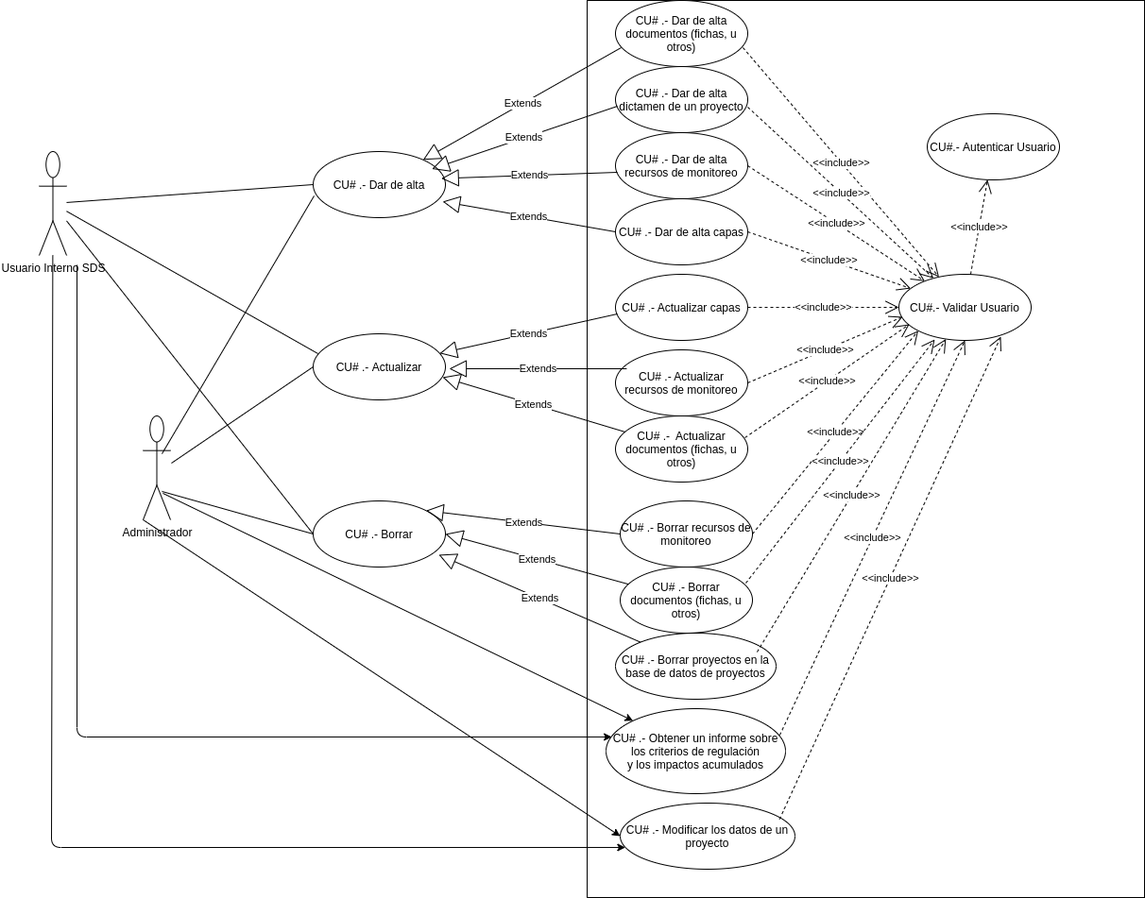
The draw.io diagram files/AdminiInsumos.png in milocortes/fmx_diseno_sistema, before a commit. Source tidied: cells renumbered, new cells last; positions are measured from the earlier drawing's top-left corner, leaving out a move shared by most shapes. Source of this version:
```xml
<mxGraphModel background="#ffffff">
  <root>
    <mxCell id="0" />
    <mxCell id="1" parent="0" />
    <mxCell id="2" value="Usuario Interno SDS" style="shape=umlActor;verticalLabelPosition=bottom;labelBackgroundColor=#ffffff;verticalAlign=top;html=1;" parent="1" vertex="1">
      <mxGeometry y="160" width="29" height="110" as="geometry" />
    </mxCell>
    <mxCell id="3" style="rounded=0;whiteSpace=wrap;html=1;" parent="1" vertex="1">
      <mxGeometry x="580" width="590" height="950" as="geometry" />
    </mxCell>
    <mxCell id="4" value="CU# .-&amp;nbsp;Dar de alta documentos (fichas, u otros)" style="ellipse;whiteSpace=wrap;html=1;" parent="1" vertex="1">
      <mxGeometry x="610" width="140" height="70" as="geometry" />
    </mxCell>
    <mxCell id="5" value="CU#.- Validar Usuario" style="ellipse;whiteSpace=wrap;html=1;" parent="1" vertex="1">
      <mxGeometry x="910" y="290" width="140" height="70" as="geometry" />
    </mxCell>
    <mxCell id="6" value="CU#.- Autenticar Usuario" style="ellipse;whiteSpace=wrap;html=1;" parent="1" vertex="1">
      <mxGeometry x="940" y="120" width="140" height="70" as="geometry" />
    </mxCell>
    <mxCell id="7" value="&amp;lt;&amp;lt;include&amp;gt;&amp;gt;" style="endArrow=open;endSize=12;dashed=1;html=1;" parent="1" edge="1" source="5" target="6">
      <mxGeometry relative="1" as="geometry" />
    </mxCell>
    <mxCell id="8" value="&amp;lt;&amp;lt;include&amp;gt;&amp;gt;" style="endArrow=open;endSize=12;dashed=1;html=1;exitX=0.964;exitY=0.714;exitDx=0;exitDy=0;exitPerimeter=0;" parent="1" edge="1" source="4" target="5">
      <mxGeometry relative="1" as="geometry" />
    </mxCell>
    <mxCell id="9" value="Administrador" style="shape=umlActor;verticalLabelPosition=bottom;labelBackgroundColor=#ffffff;verticalAlign=top;html=1;" parent="1" vertex="1">
      <mxGeometry x="110" y="440" width="29" height="110" as="geometry" />
    </mxCell>
    <mxCell id="10" value="CU# .- Dar de alta" style="ellipse;whiteSpace=wrap;html=1;" parent="1" vertex="1">
      <mxGeometry x="290" y="160" width="140" height="70" as="geometry" />
    </mxCell>
    <mxCell id="11" value="CU# .- Actualizar" style="ellipse;whiteSpace=wrap;html=1;" parent="1" vertex="1">
      <mxGeometry x="290" y="353" width="140" height="70" as="geometry" />
    </mxCell>
    <mxCell id="12" value="CU# .- Borrar" style="ellipse;whiteSpace=wrap;html=1;" parent="1" vertex="1">
      <mxGeometry x="290" y="530" width="140" height="70" as="geometry" />
    </mxCell>
    <mxCell id="13" value="CU# .-&amp;nbsp;Dar de alta capas" style="ellipse;whiteSpace=wrap;html=1;" parent="1" vertex="1">
      <mxGeometry x="610" y="210" width="140" height="70" as="geometry" />
    </mxCell>
    <mxCell id="14" value="CU# .-&amp;nbsp;&amp;nbsp;Actualizar documentos (fichas, u otros)" style="ellipse;whiteSpace=wrap;html=1;" parent="1" vertex="1">
      <mxGeometry x="610" y="440" width="140" height="70" as="geometry" />
    </mxCell>
    <mxCell id="15" value="CU# .-&amp;nbsp;Actualizar capas" style="ellipse;whiteSpace=wrap;html=1;" parent="1" vertex="1">
      <mxGeometry x="610" y="290" width="140" height="70" as="geometry" />
    </mxCell>
    <mxCell id="16" value="CU# .-&amp;nbsp;Dar de alta recursos de monitoreo" style="ellipse;whiteSpace=wrap;html=1;" parent="1" vertex="1">
      <mxGeometry x="610" y="140" width="140" height="70" as="geometry" />
    </mxCell>
    <mxCell id="17" value="CU# .-&amp;nbsp;Actualizar recursos de monitoreo" style="ellipse;whiteSpace=wrap;html=1;" parent="1" vertex="1">
      <mxGeometry x="610" y="370" width="140" height="70" as="geometry" />
    </mxCell>
    <mxCell id="18" value="CU# .-&amp;nbsp;Borrar documentos (fichas, u otros)" style="ellipse;whiteSpace=wrap;html=1;" parent="1" vertex="1">
      <mxGeometry x="615" y="600" width="140" height="70" as="geometry" />
    </mxCell>
    <mxCell id="19" value="CU# .-&amp;nbsp;Borrar recursos de monitoreo" style="ellipse;whiteSpace=wrap;html=1;" parent="1" vertex="1">
      <mxGeometry x="615" y="530" width="140" height="70" as="geometry" />
    </mxCell>
    <mxCell id="20" value="CU# .-&amp;nbsp;&lt;span&gt;Obtener un informe sobre los criterios de regulación&lt;/span&gt;&lt;div&gt;y los impactos acumulados&lt;/div&gt;" style="ellipse;whiteSpace=wrap;html=1;" parent="1" vertex="1">
      <mxGeometry x="600" y="750" width="190" height="90" as="geometry" />
    </mxCell>
    <mxCell id="21" value="CU# .-&amp;nbsp;Dar de alta dictamen de un proyecto" style="ellipse;whiteSpace=wrap;html=1;" parent="1" vertex="1">
      <mxGeometry x="610" y="70" width="140" height="70" as="geometry" />
    </mxCell>
    <mxCell id="22" value="CU# .-&amp;nbsp;Modificar los datos de un proyecto" style="ellipse;whiteSpace=wrap;html=1;" parent="1" vertex="1">
      <mxGeometry x="615" y="850" width="185" height="70" as="geometry" />
    </mxCell>
    <mxCell id="23" value="CU# .-&amp;nbsp;Borrar proyectos en la base de datos de proyectos" style="ellipse;whiteSpace=wrap;html=1;" parent="1" vertex="1">
      <mxGeometry x="610" y="670" width="170" height="70" as="geometry" />
    </mxCell>
    <mxCell id="24" value="Extends" style="endArrow=block;endSize=16;endFill=0;html=1;exitX=0.043;exitY=0.714;exitDx=0;exitDy=0;exitPerimeter=0;" parent="1" edge="1" source="4" target="10">
      <mxGeometry relative="1" as="geometry" />
    </mxCell>
    <mxCell id="25" value="Extends" style="endArrow=block;endSize=16;endFill=0;html=1;exitX=0.014;exitY=0.6;exitDx=0;exitDy=0;exitPerimeter=0;" parent="1" edge="1" source="21">
      <mxGeometry relative="1" as="geometry">
        <mxPoint x="415.7" y="178.5" as="targetPoint" />
      </mxGeometry>
    </mxCell>
    <mxCell id="26" value="Extends" style="endArrow=block;endSize=16;endFill=0;html=1;exitX=0.014;exitY=0.6;exitDx=0;exitDy=0;exitPerimeter=0;" parent="1" edge="1" source="16">
      <mxGeometry relative="1" as="geometry">
        <mxPoint x="425.7" y="188.5" as="targetPoint" />
      </mxGeometry>
    </mxCell>
    <mxCell id="27" value="Extends" style="endArrow=block;endSize=16;endFill=0;html=1;exitX=0;exitY=0.5;exitDx=0;exitDy=0;entryX=0.979;entryY=0.757;entryDx=0;entryDy=0;entryPerimeter=0;" parent="1" edge="1" source="13" target="10">
      <mxGeometry relative="1" as="geometry" />
    </mxCell>
    <mxCell id="28" value="Extends" style="endArrow=block;endSize=16;endFill=0;html=1;exitX=0.014;exitY=0.6;exitDx=0;exitDy=0;exitPerimeter=0;" parent="1" edge="1" source="15" target="11">
      <mxGeometry relative="1" as="geometry" />
    </mxCell>
    <mxCell id="29" value="Extends" style="endArrow=block;endSize=16;endFill=0;html=1;exitX=0.085;exitY=0.286;exitDx=0;exitDy=0;exitPerimeter=0;" parent="1" edge="1" source="17">
      <mxGeometry relative="1" as="geometry">
        <mxPoint x="434" y="390" as="targetPoint" />
      </mxGeometry>
    </mxCell>
    <mxCell id="30" value="Extends" style="endArrow=block;endSize=16;endFill=0;html=1;entryX=0.979;entryY=0.657;entryDx=0;entryDy=0;entryPerimeter=0;" parent="1" edge="1" source="14" target="11">
      <mxGeometry relative="1" as="geometry" />
    </mxCell>
    <mxCell id="31" value="Extends" style="endArrow=block;endSize=16;endFill=0;html=1;exitX=0;exitY=0.5;exitDx=0;exitDy=0;entryX=1;entryY=0;entryDx=0;entryDy=0;" parent="1" edge="1" source="19" target="12">
      <mxGeometry relative="1" as="geometry" />
    </mxCell>
    <mxCell id="32" value="Extends" style="endArrow=block;endSize=16;endFill=0;html=1;entryX=1;entryY=0.5;entryDx=0;entryDy=0;" parent="1" edge="1" source="18" target="12">
      <mxGeometry relative="1" as="geometry" />
    </mxCell>
    <mxCell id="33" value="Extends" style="endArrow=block;endSize=16;endFill=0;html=1;entryX=0.95;entryY=0.814;entryDx=0;entryDy=0;entryPerimeter=0;" parent="1" edge="1" source="23" target="12">
      <mxGeometry relative="1" as="geometry" />
    </mxCell>
    <mxCell id="34" style="endArrow=none;html=1;entryX=0;entryY=0.5;entryDx=0;entryDy=0;" parent="1" edge="1" source="2" target="10">
      <mxGeometry relative="1" as="geometry" />
    </mxCell>
    <mxCell id="35" style="endArrow=none;html=1;entryX=0.036;entryY=0.3;entryDx=0;entryDy=0;entryPerimeter=0;" parent="1" edge="1" source="2" target="11">
      <mxGeometry relative="1" as="geometry" />
    </mxCell>
    <mxCell id="36" style="endArrow=none;html=1;entryX=0;entryY=0.5;entryDx=0;entryDy=0;" parent="1" edge="1" source="2" target="12">
      <mxGeometry relative="1" as="geometry" />
    </mxCell>
    <mxCell id="37" style="endArrow=none;html=1;exitX=0.69;exitY=0.364;exitDx=0;exitDy=0;exitPerimeter=0;entryX=0.007;entryY=0.671;entryDx=0;entryDy=0;entryPerimeter=0;" parent="1" edge="1" source="9" target="10">
      <mxGeometry relative="1" as="geometry" />
    </mxCell>
    <mxCell id="38" style="endArrow=none;html=1;entryX=0;entryY=0.5;entryDx=0;entryDy=0;" parent="1" edge="1" target="11">
      <mxGeometry relative="1" as="geometry">
        <mxPoint x="140" y="490" as="sourcePoint" />
      </mxGeometry>
    </mxCell>
    <mxCell id="39" style="endArrow=none;html=1;entryX=0;entryY=0.5;entryDx=0;entryDy=0;exitX=0.69;exitY=0.727;exitDx=0;exitDy=0;exitPerimeter=0;" parent="1" edge="1" source="9" target="12">
      <mxGeometry relative="1" as="geometry" />
    </mxCell>
    <mxCell id="40" style="endArrow=classic;html=1;exitX=0.724;exitY=0.745;exitDx=0;exitDy=0;exitPerimeter=0;" parent="1" edge="1" source="9" target="20">
      <mxGeometry relative="1" as="geometry" />
    </mxCell>
    <mxCell id="41" style="endArrow=classic;html=1;entryX=0;entryY=0.5;entryDx=0;entryDy=0;exitX=0;exitY=1;exitDx=0;exitDy=0;exitPerimeter=0;" parent="1" edge="1" source="9" target="22">
      <mxGeometry relative="1" as="geometry" />
    </mxCell>
    <mxCell id="42" style="endArrow=classic;html=1;entryX=0.032;entryY=0.333;entryDx=0;entryDy=0;entryPerimeter=0;exitX=1.379;exitY=1.091;exitDx=0;exitDy=0;exitPerimeter=0;" parent="1" edge="1" source="2" target="20">
      <mxGeometry relative="1" as="geometry">
        <Array as="points">
          <mxPoint x="40" y="780" />
        </Array>
      </mxGeometry>
    </mxCell>
    <mxCell id="43" style="endArrow=classic;html=1;entryX=0.029;entryY=0.671;entryDx=0;entryDy=0;entryPerimeter=0;" parent="1" edge="1" source="2" target="22">
      <mxGeometry relative="1" as="geometry">
        <Array as="points">
          <mxPoint x="13" y="897" />
        </Array>
      </mxGeometry>
    </mxCell>
    <mxCell id="44" value="&amp;lt;&amp;lt;include&amp;gt;&amp;gt;" style="endArrow=open;endSize=12;dashed=1;html=1;exitX=1;exitY=0.614;exitDx=0;exitDy=0;exitPerimeter=0;" parent="1" edge="1" source="21" target="5">
      <mxGeometry relative="1" as="geometry" />
    </mxCell>
    <mxCell id="45" value="&amp;lt;&amp;lt;include&amp;gt;&amp;gt;" style="endArrow=open;endSize=12;dashed=1;html=1;exitX=1;exitY=0.5;exitDx=0;exitDy=0;" parent="1" edge="1" source="16" target="5">
      <mxGeometry relative="1" as="geometry" />
    </mxCell>
    <mxCell id="46" value="&amp;lt;&amp;lt;include&amp;gt;&amp;gt;" style="endArrow=open;endSize=12;dashed=1;html=1;exitX=1;exitY=0.5;exitDx=0;exitDy=0;" parent="1" edge="1" source="13" target="5">
      <mxGeometry relative="1" as="geometry" />
    </mxCell>
    <mxCell id="47" value="&amp;lt;&amp;lt;include&amp;gt;&amp;gt;" style="endArrow=open;endSize=12;dashed=1;html=1;exitX=1;exitY=0.5;exitDx=0;exitDy=0;entryX=0;entryY=0.5;entryDx=0;entryDy=0;" parent="1" edge="1" source="15" target="5">
      <mxGeometry relative="1" as="geometry" />
    </mxCell>
    <mxCell id="48" value="&amp;lt;&amp;lt;include&amp;gt;&amp;gt;" style="endArrow=open;endSize=12;dashed=1;html=1;exitX=1;exitY=0.5;exitDx=0;exitDy=0;entryX=0.029;entryY=0.643;entryDx=0;entryDy=0;entryPerimeter=0;" parent="1" edge="1" source="17" target="5">
      <mxGeometry relative="1" as="geometry" />
    </mxCell>
    <mxCell id="49" value="&amp;lt;&amp;lt;include&amp;gt;&amp;gt;" style="endArrow=open;endSize=12;dashed=1;html=1;exitX=0.979;exitY=0.329;exitDx=0;exitDy=0;exitPerimeter=0;entryX=0.079;entryY=0.757;entryDx=0;entryDy=0;entryPerimeter=0;" parent="1" edge="1" source="14" target="5">
      <mxGeometry relative="1" as="geometry" />
    </mxCell>
    <mxCell id="50" value="&amp;lt;&amp;lt;include&amp;gt;&amp;gt;" style="endArrow=open;endSize=12;dashed=1;html=1;exitX=1;exitY=0.5;exitDx=0;exitDy=0;entryX=0;entryY=1;entryDx=0;entryDy=0;" parent="1" edge="1" source="19" target="5">
      <mxGeometry relative="1" as="geometry" />
    </mxCell>
    <mxCell id="51" value="&amp;lt;&amp;lt;include&amp;gt;&amp;gt;" style="endArrow=open;endSize=12;dashed=1;html=1;exitX=0.95;exitY=0.243;exitDx=0;exitDy=0;exitPerimeter=0;entryX=0.271;entryY=0.986;entryDx=0;entryDy=0;entryPerimeter=0;" parent="1" edge="1" source="18" target="5">
      <mxGeometry relative="1" as="geometry" />
    </mxCell>
    <mxCell id="52" value="&amp;lt;&amp;lt;include&amp;gt;&amp;gt;" style="endArrow=open;endSize=12;dashed=1;html=1;exitX=0.882;exitY=0.286;exitDx=0;exitDy=0;exitPerimeter=0;" parent="1" edge="1" source="23" target="5">
      <mxGeometry relative="1" as="geometry" />
    </mxCell>
    <mxCell id="53" value="&amp;lt;&amp;lt;include&amp;gt;&amp;gt;" style="endArrow=open;endSize=12;dashed=1;html=1;exitX=0.968;exitY=0.311;exitDx=0;exitDy=0;exitPerimeter=0;entryX=0.5;entryY=1;entryDx=0;entryDy=0;" parent="1" edge="1" source="20" target="5">
      <mxGeometry relative="1" as="geometry" />
    </mxCell>
    <mxCell id="54" value="&amp;lt;&amp;lt;include&amp;gt;&amp;gt;" style="endArrow=open;endSize=12;dashed=1;html=1;exitX=0.912;exitY=0.243;exitDx=0;exitDy=0;exitPerimeter=0;entryX=0.771;entryY=0.943;entryDx=0;entryDy=0;entryPerimeter=0;" parent="1" edge="1" source="22" target="5">
      <mxGeometry relative="1" as="geometry" />
    </mxCell>
  </root>
</mxGraphModel>
```
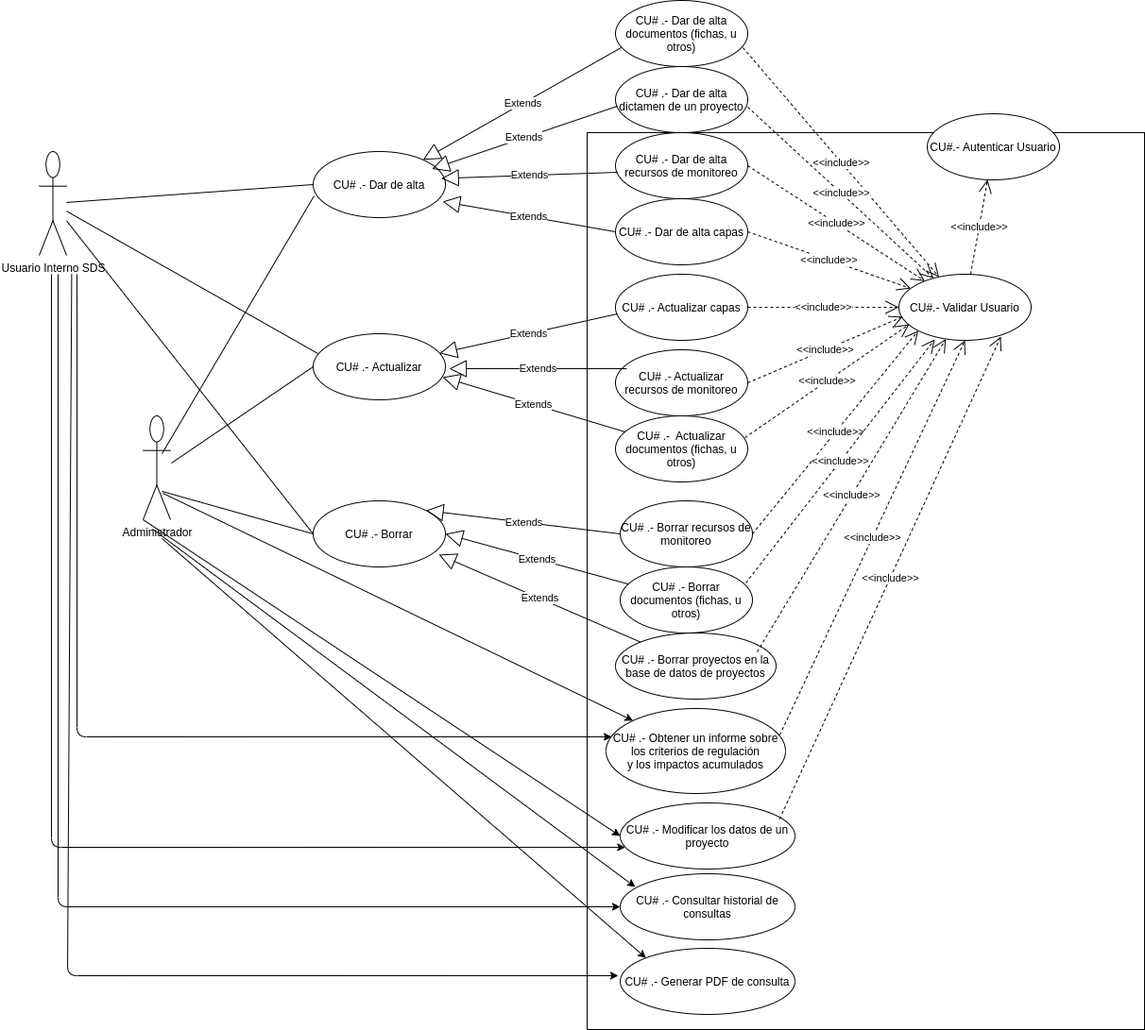
The same diagram one commit later.

What changed in the source:
```diff
@@ -6,7 +6,7 @@
       <mxGeometry y="160" width="29" height="110" as="geometry" />
     </mxCell>
     <mxCell id="3" style="rounded=0;whiteSpace=wrap;html=1;" parent="1" vertex="1">
-      <mxGeometry x="580" width="590" height="950" as="geometry" />
+      <mxGeometry x="580" y="140" width="590" height="950" as="geometry" />
     </mxCell>
     <mxCell id="4" value="CU# .-&amp;nbsp;Dar de alta documentos (fichas, u otros)" style="ellipse;whiteSpace=wrap;html=1;" parent="1" vertex="1">
       <mxGeometry x="610" width="140" height="70" as="geometry" />
@@ -130,15 +130,17 @@
     <mxCell id="41" style="endArrow=classic;html=1;entryX=0;entryY=0.5;entryDx=0;entryDy=0;exitX=0;exitY=1;exitDx=0;exitDy=0;exitPerimeter=0;" parent="1" edge="1" source="9" target="22">
       <mxGeometry relative="1" as="geometry" />
     </mxCell>
-    <mxCell id="42" style="endArrow=classic;html=1;entryX=0.032;entryY=0.333;entryDx=0;entryDy=0;entryPerimeter=0;exitX=1.379;exitY=1.091;exitDx=0;exitDy=0;exitPerimeter=0;" parent="1" edge="1" source="2" target="20">
+    <mxCell id="42" style="endArrow=classic;html=1;entryX=0.032;entryY=0.333;entryDx=0;entryDy=0;entryPerimeter=0;" parent="1" edge="1" target="20">
       <mxGeometry relative="1" as="geometry">
+        <mxPoint x="40" y="290" as="sourcePoint" />
         <Array as="points">
           <mxPoint x="40" y="780" />
         </Array>
       </mxGeometry>
     </mxCell>
-    <mxCell id="43" style="endArrow=classic;html=1;entryX=0.029;entryY=0.671;entryDx=0;entryDy=0;entryPerimeter=0;" parent="1" edge="1" source="2" target="22">
+    <mxCell id="43" style="endArrow=classic;html=1;entryX=0.029;entryY=0.671;entryDx=0;entryDy=0;entryPerimeter=0;" parent="1" edge="1" target="22">
       <mxGeometry relative="1" as="geometry">
+        <mxPoint x="13" y="290" as="sourcePoint" />
         <Array as="points">
           <mxPoint x="13" y="897" />
         </Array>
@@ -177,5 +179,37 @@
     <mxCell id="54" value="&amp;lt;&amp;lt;include&amp;gt;&amp;gt;" style="endArrow=open;endSize=12;dashed=1;html=1;exitX=0.912;exitY=0.243;exitDx=0;exitDy=0;exitPerimeter=0;entryX=0.771;entryY=0.943;entryDx=0;entryDy=0;entryPerimeter=0;" parent="1" edge="1" source="22" target="5">
       <mxGeometry relative="1" as="geometry" />
     </mxCell>
+    <mxCell id="55" value="CU# .-&amp;nbsp;Consultar historial de consultas" style="ellipse;whiteSpace=wrap;html=1;" parent="1" vertex="1">
+      <mxGeometry x="615" y="925" width="185" height="70" as="geometry" />
+    </mxCell>
+    <mxCell id="56" value="CU# .-&amp;nbsp;Generar PDF de consulta" style="ellipse;whiteSpace=wrap;html=1;" parent="1" vertex="1">
+      <mxGeometry x="615" y="1004" width="185" height="70" as="geometry" />
+    </mxCell>
+    <mxCell id="57" style="endArrow=classic;html=1;entryX=0.086;entryY=0.2;entryDx=0;entryDy=0;exitX=0;exitY=1;exitDx=0;exitDy=0;exitPerimeter=0;entryPerimeter=0;" parent="1" edge="1" target="55">
+      <mxGeometry relative="1" as="geometry">
+        <mxPoint x="120" y="560" as="sourcePoint" />
+      </mxGeometry>
+    </mxCell>
+    <mxCell id="58" style="endArrow=classic;html=1;entryX=0;entryY=0;entryDx=0;entryDy=0;exitX=0;exitY=1;exitDx=0;exitDy=0;exitPerimeter=0;" parent="1" edge="1" target="56">
+      <mxGeometry relative="1" as="geometry">
+        <mxPoint x="130" y="570" as="sourcePoint" />
+      </mxGeometry>
+    </mxCell>
+    <mxCell id="59" style="endArrow=classic;html=1;entryX=0;entryY=0.5;entryDx=0;entryDy=0;" parent="1" edge="1" target="55">
+      <mxGeometry relative="1" as="geometry">
+        <mxPoint x="20" y="290" as="sourcePoint" />
+        <Array as="points">
+          <mxPoint x="20" y="960" />
+        </Array>
+      </mxGeometry>
+    </mxCell>
+    <mxCell id="60" style="endArrow=classic;html=1;entryX=-0.011;entryY=0.414;entryDx=0;entryDy=0;entryPerimeter=0;" parent="1" edge="1" target="56">
+      <mxGeometry relative="1" as="geometry">
+        <mxPoint x="34.4" y="290" as="sourcePoint" />
+        <Array as="points">
+          <mxPoint x="30" y="1033" />
+        </Array>
+      </mxGeometry>
+    </mxCell>
   </root>
 </mxGraphModel>
```
